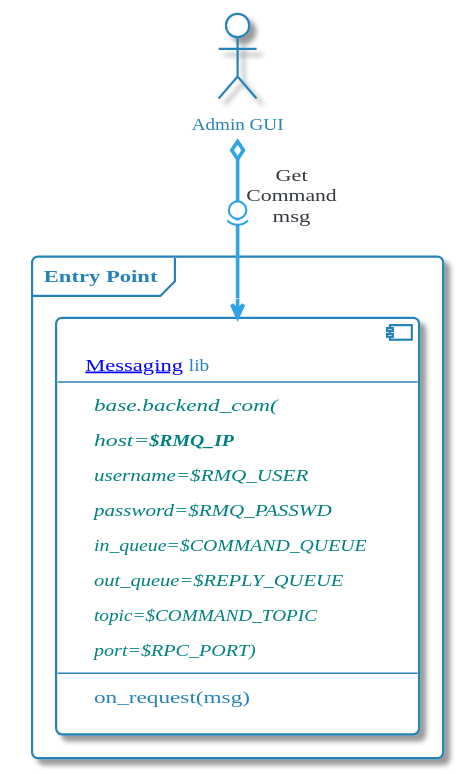
Earlier version of the PlantUML export images/plantuml/Admin/admin/Admin_EntryPoint.svg (momenttech/maestro-architecture). The source it was exported from:
```plantuml
@startuml Admin_EntryPoint




skinparam backgroundColor White








skinparam defaultFontName       "Verdana"
skinparam defaultFontSize       12
skinparam dpi                   100
skinparam shadowing             True
skinparam roundcorner           8
skinparam ParticipantPadding    40
skinparam BoxPadding            40
skinparam Padding               5
skinparam ArrowColor            #868E96
skinparam stereotype {
    CBackgroundColor #EDF0F2
    CBorderColor #BABDBF
    ABackgroundColor #8FB961
    ABorderColor $SUCCESS_DARK
    IBackgroundColor #D2494E
    IBorderColor $DANGER_DARK
    EBackgroundColor #E47833
    EBorderColor $WARNING_DARK
    NBackgroundColor #35638F
    NBorderColor $INFO_DARK
}
skinparam title {
	FontColor	                 #2FA4E7
	BorderColor	                 #BABDBF
	FontSize	    	         20
	BorderRoundCorner            8
	BorderThickness 	         1
	BackgroundColor              White
}

skinparam legend {
	BackgroundColor White
	BorderColor #BABDBF
	FontColor #343A40
}


skinparam activity {
		FontColor #2683B9
	BorderColor #2683B9
	BackgroundColor White
	BarColor #73A839
	StartColor #033C73
	EndColor #033C73
	DiamondBackgroundColor White
  	DiamondBorderColor #BABDBF
	DiamondFontColor #BABDBF
}


skinparam participant {
		FontColor #2683B9
	BorderColor #2683B9
	BackgroundColor White
	ParticipantBorderThickness 2
}


skinparam actor {
		FontColor #2683B9
	BorderColor #2683B9
	BackgroundColor White
}


skinparam arrow {
	Thickness 2.5
	Color #2FA4E7
	FontColor #343A40
}


skinparam sequence {
	BorderColor #2FA4E7
	TitleFontColor #2FA4E7
	BackgroundColor White
	StartColor #2FA4E7
	EndColor #2FA4E7
	BoxBackgroundColor White
	BoxBorderColor #868E96
	BoxFontColor #343A40
	LifeLineBorderColor #BABDBF
	LifeLineBorderThickness 2
	LifeLineBackgroundColor White
	GroupBorderColor #868E96
	GroupFontColor #343A40
	GroupHeaderFontColor #033C73
	DividerBackgroundColor White
    DividerBorderColor #868E96
    DividerBorderThickness 2
    DividerFontColor #343A40
	ReferenceBackgroundColor White
	ReferenceBorderColor #868E96
	ReferenceFontColor #343A40
	ReferenceHeaderFontColor #033C73
}


skinparam partition {
	BorderColor #2FA4E7
	FontColor #2FA4E7
	BackgroundColor White
}


skinparam collections {
		FontColor #2683B9
	BorderColor #2683B9
	BackgroundColor White
}


skinparam control {
		FontColor #2683B9
	BorderColor #2683B9
	BackgroundColor White
}


skinparam entity {
		FontColor #2683B9
	BorderColor #2683B9
	BackgroundColor White
}


skinparam boundary {
		FontColor #2683B9
	BorderColor #2683B9
	BackgroundColor White
}


skinparam agent {
	BackgroundColor White
	BorderColor #999999
	FontColor #333333
}


skinparam note {
	BorderThickness 1
	BackgroundColor White
	BorderColor #033C73
	FontColor #033C73
}


skinparam artifact {
	BackgroundColor White
	BorderColor #868E96
	FontColor #868E96
}


skinparam component {
		FontColor #2683B9
	BorderColor #2683B9
	BackgroundColor White

}


skinparam interface {
	BackgroundColor  White
	BorderColor  #C71C22
	FontColor #343A40
}


skinparam storage {
	BackgroundColor White
  	BorderColor #DD5600
	FontColor #DD5600
}


skinparam node {
	BackgroundColor White
	BorderColor #343A40
	FontColor #343A40
}


skinparam cloud {
	BackgroundColor #F2FCFE-#eeeeee
	BorderColor #F2FCFE
	FontColor #343A40
}


skinparam database {
		FontColor #2683B9
	BorderColor #2683B9
	BackgroundColor White
}


skinparam class {
		FontColor #2683B9
	BorderColor #2683B9
	BackgroundColor White
	HeaderBackgroundColor #2FA4E7-#2683B9
	StereotypeFontColor #343A40
	BorderThickness 1
	AttributeFontColor #343A40
	AttributeFontSize 11
}


skinparam object {
		FontColor #2683B9
	BorderColor #2683B9
	BackgroundColor White
	StereotypeFontColor #343A40
	BorderThickness 1
	AttributeFontColor #BABDBF
	AttributeFontSize 11
}


skinparam usecase {
		FontColor #2683B9
	BorderColor #2683B9
	BackgroundColor White
	BorderThickness 2
	StereotypeFontColor #2FA4E7
}


skinparam rectangle {
		FontColor #2683B9
	BorderColor #2683B9
	BackgroundColor White
	BorderThickness 2
	StereotypeFontColor #2FA4E7
}


skinparam package {
	BackgroundColor #F2FCFE-#eeeeee
  	BorderColor #033C73
	FontColor #033C73
	BorderThickness 2
}


skinparam folder {
	BackgroundColor White
  	BorderColor #DD5600
	FontColor #DD5600
	BorderThickness 2
}


skinparam frame {
		FontColor #2683B9
	BorderColor #2683B9
	BackgroundColor White
	BorderThickness 2
	StereotypeFontColor #2FA4E7
}



skinparam state {
		FontColor #2683B9
	BorderColor #2683B9
	BackgroundColor White
	StartColor #033C73
	EndColor #033C73
	AttributeFontColor #BABDBF
	AttributeFontSize 11
}


skinparam queue {
		FontColor #2683B9
	BorderColor #2683B9
	BackgroundColor White
}


skinparam card {
	BackgroundColor White
	BorderColor #033C73
	FontColor #033C73
}


skinparam file {
	BackgroundColor White
	BorderColor #868E96
	FontColor #868E96
}


skinparam stack {
		FontColor #2683B9
	BorderColor #2683B9
	BackgroundColor White
}



hide stereotype

skinparam backgroundColor transparent
!pragma horizontalLineBetweenDifferentPackageAllowed

skinparam file<<NOTE>> {
	BorderThickness 0.5
    BackgroundColor LightYellow
	BorderColor LightSteelBlue
	FontColor SteelBlue
    FontSize 10
    ArrowColor LightSteelBlue
}
skinparam arrow<<NOTE>> {
    Color LightSteelBlue
}





skinparam node<<MULTITHREADED>>{
    FontColor #E47833
	BorderColor #E47833
	BackgroundColor White
	BorderThickness 2
	StereotypeFontColor #2FA4E7
}


skinparam package<<CONTAINER>>{
    	BackgroundColor #eeeeee
  	BorderColor #033C73
	FontColor #033C73
	BorderThickness 2
}
skinparam frame<<CONTAINER>>{
    	BackgroundColor #eeeeee
  	BorderColor #033C73
	FontColor #033C73
	BorderThickness 2
}


skinparam rectangle<<boundary>> {
    BackgroundColor #eeeeee
    Shadowing false
    StereotypeFontSize 0
    FontColor #444444
    BorderColor #444444
    BorderStyle dashed
    BoxPadding 0
}

skinparam file<<docker_params>> {
    Shadowing True
    FontSize 10
}












skinparam nodesep 30
skinparam ranksep 20

skinparam Entity<<FINDREP>>{
    FontColor black
	BorderColor #6F42C1
	BackgroundColor #Yellow/Blue
}
skinparam Entity<<FAISS>>{
    FontColor black
	BorderColor #6F42C1
	BackgroundColor #Blue/White
}
skinparam arrow<<TEST>> {
	Thickness 1
	Color #73A839
	FontColor #343A40
}
skinparam arrow<<INTRA>> {
	Color #868E96
}








actor "Admin GUI" as AdminRMQ_IN
       frame "Entry Point" as AdminEntryPoint {
            component ADMIN_MSG_C [
                [[http://10.165.64.205/AI/Messaging Messaging]] lib
                ----
                <i><color:teal>base.backend_com(</color></i>
                <i><color:teal>host=<b>$RMQ_IP</b></color></i>
                <i><color:teal>username=$RMQ_USER</color></i>
                <i><color:teal>password=$RMQ_PASSWD</color></i>
                <i><color:teal>in_queue=$COMMAND_QUEUE</color></i>
                <i><color:teal>out_queue=$REPLY_QUEUE</color></i>
                <i><color:teal>topic=$COMMAND_TOPIC</color></i>
                <i><color:teal>port=$RPC_PORT)</color></i>
                ----
                on_request(msg)
                ]
        }
        AdminRMQ_IN o-0)-> ADMIN_MSG_C: Get\nCommand\nmsg







@enduml
```
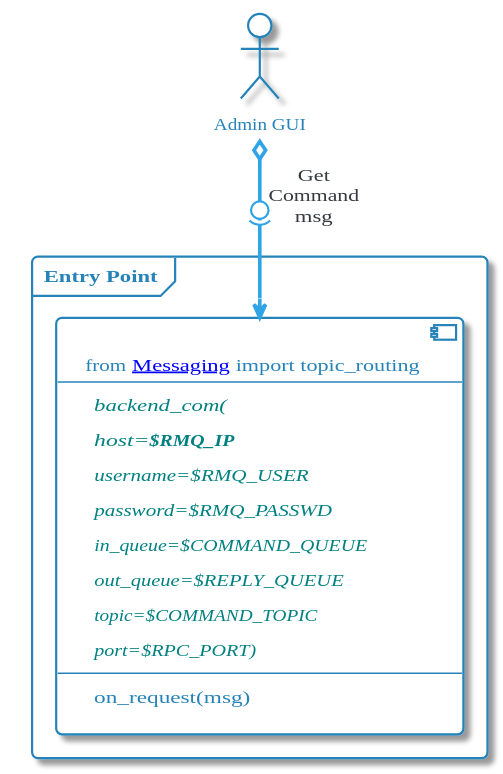
Later version of the same file.

Commit message:
updated backend communication

What changed in the source:
```diff
@@ -419,9 +419,9 @@
 actor "Admin GUI" as AdminRMQ_IN
        frame "Entry Point" as AdminEntryPoint {
             component ADMIN_MSG_C [
-                [[http://10.165.64.205/AI/Messaging Messaging]] lib
+                from [[http://10.165.64.205/AI/Messaging Messaging]] import topic_routing
                 ----
-                <i><color:teal>base.backend_com(</color></i>
+                <i><color:teal>backend_com(</color></i>
                 <i><color:teal>host=<b>$RMQ_IP</b></color></i>
                 <i><color:teal>username=$RMQ_USER</color></i>
                 <i><color:teal>password=$RMQ_PASSWD</color></i>
```
